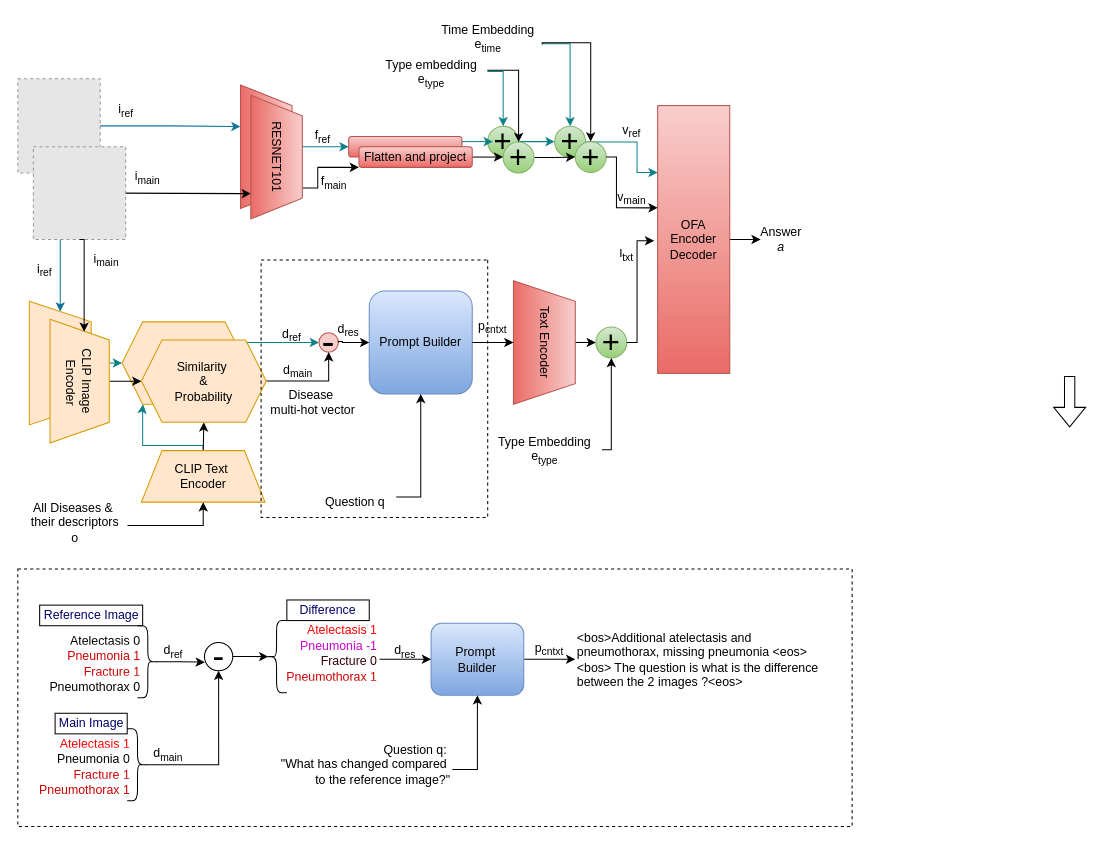
sebtum/context-aware-diffvqa keeps this draw.io diagram as page "Page-1" (1 of 2) of figure/Untitled Diagram.drawio. Above is the earlier version. Source tidied: cells renumbered, new cells numbered last; positions are measured from the earlier drawing's top-left corner, leaving out a move shared by most shapes. Both pictures are drawn from the tidied source at 103%, with x=0, y=0 at pixel (-2, 18). Pictures stored in the file or linked from it are replaced by grey dashed boxes.
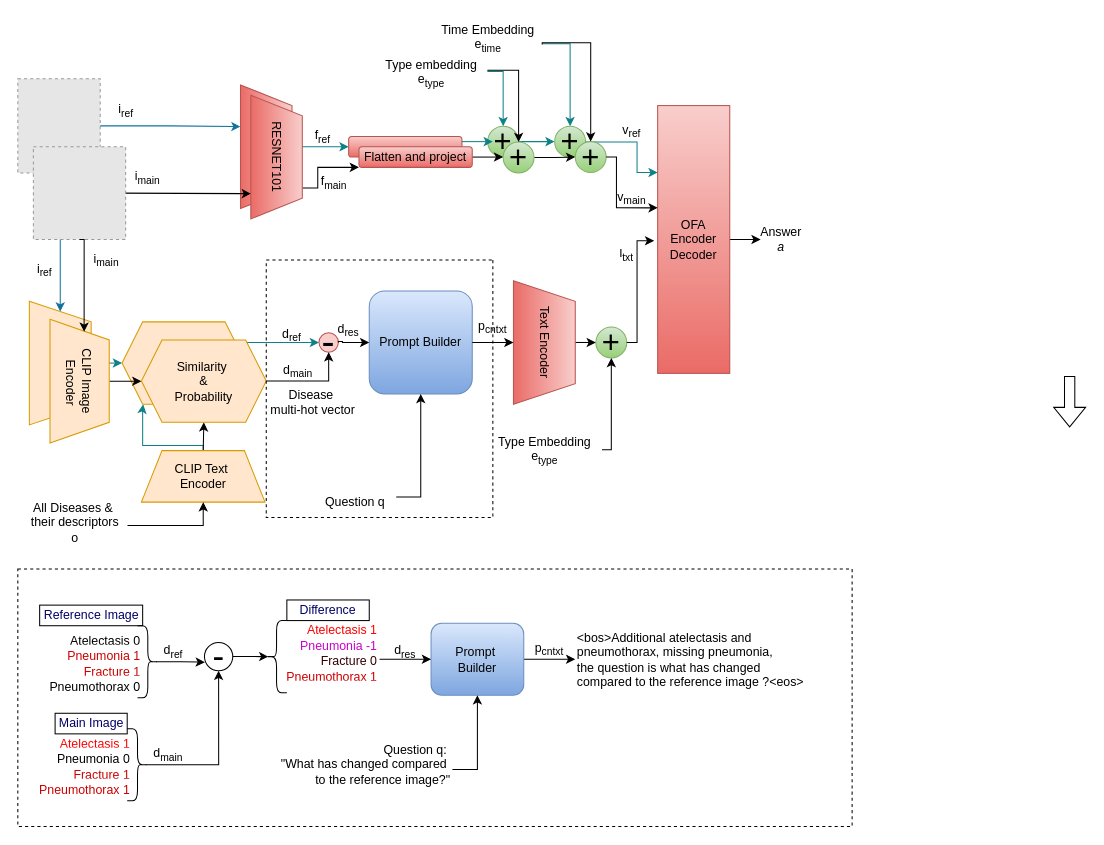
Above is the later version.

What changed in the source:
```diff
@@
-    <mxCell id="73" value="&amp;lt;bos&amp;gt;Additional atelectasis and&amp;nbsp;&lt;div&gt;pneumothorax,&amp;nbsp;&lt;span style=&quot;background-color: transparent; color: light-dark(rgb(0, 0, 0), rgb(255, 255, 255));&quot;&gt;missing pneumonia &amp;lt;eos&amp;gt;&amp;nbsp;&lt;/span&gt;&lt;/div&gt;&lt;div&gt;&lt;span style=&quot;background-color: transparent; color: light-dark(rgb(0, 0, 0), rgb(255, 255, 255));&quot;&gt;&amp;lt;bos&amp;gt; The question is&amp;nbsp;&lt;/span&gt;&lt;span style=&quot;background-color: transparent; color: light-dark(rgb(0, 0, 0), rgb(255, 255, 255));&quot;&gt;what is the difference&amp;nbsp;&lt;/span&gt;&lt;/div&gt;&lt;div&gt;&lt;span style=&quot;background-color: transparent; color: light-dark(rgb(0, 0, 0), rgb(255, 255, 255));&quot;&gt;between the 2 images ?&amp;lt;eos&amp;gt;&lt;/span&gt;&lt;/div&gt;" style="text;html=1;align=left;verticalAlign=middle;points=[];strokeColor=none;fillColor=none;" parent="1" vertex="1">
-      <mxGeometry x="560" y="587.5" width="260" height="70" as="geometry" />
+    <mxCell id="73" value="&amp;lt;bos&amp;gt;Additional atelectasis and&amp;nbsp;&lt;div&gt;pneumothorax,&amp;nbsp;&lt;span style=&quot;background-color: transparent; color: light-dark(rgb(0, 0, 0), rgb(255, 255, 255));&quot;&gt;missing pneumonia,&lt;/span&gt;&lt;span style=&quot;background-color: transparent; color: light-dark(rgb(0, 0, 0), rgb(255, 255, 255));&quot;&gt;&amp;nbsp;&lt;/span&gt;&lt;/div&gt;&lt;div&gt;&lt;span style=&quot;background-color: transparent; color: light-dark(rgb(0, 0, 0), rgb(255, 255, 255));&quot;&gt;the question is&amp;nbsp;&lt;/span&gt;&lt;span style=&quot;background-color: transparent; color: light-dark(rgb(0, 0, 0), rgb(255, 255, 255));&quot;&gt;what has changed&amp;nbsp;&lt;/span&gt;&lt;/div&gt;&lt;div&gt;&lt;span style=&quot;background-color: transparent; color: light-dark(rgb(0, 0, 0), rgb(255, 255, 255));&quot;&gt;compared to the reference&lt;/span&gt;&lt;span style=&quot;background-color: transparent; color: light-dark(rgb(0, 0, 0), rgb(255, 255, 255));&quot;&gt;&amp;nbsp;image ?&amp;lt;eos&amp;gt;&lt;/span&gt;&lt;/div&gt;" style="text;html=1;align=left;verticalAlign=middle;points=[];strokeColor=none;fillColor=none;" parent="1" vertex="1">
+      <mxGeometry x="560" y="587.5" width="240" height="70" as="geometry" />
     </mxCell>
@@
     <mxCell id="79" style="endArrow=none;dashed=1;html=1;rounded=0;" parent="1" edge="1">
       <mxGeometry relative="1" as="geometry">
-        <mxPoint x="475" y="235" as="sourcePoint" />
-        <mxPoint x="475" y="235" as="targetPoint" />
+        <mxPoint x="480" y="235" as="sourcePoint" />
+        <mxPoint x="480" y="235" as="targetPoint" />
         <Array as="points">
-          <mxPoint x="475" y="485" />
-          <mxPoint x="255" y="485" />
-          <mxPoint x="255" y="235" />
+          <mxPoint x="480" y="485" />
+          <mxPoint x="260" y="485" />
+          <mxPoint x="260" y="235" />
         </Array>
       </mxGeometry>
     </mxCell>
```
